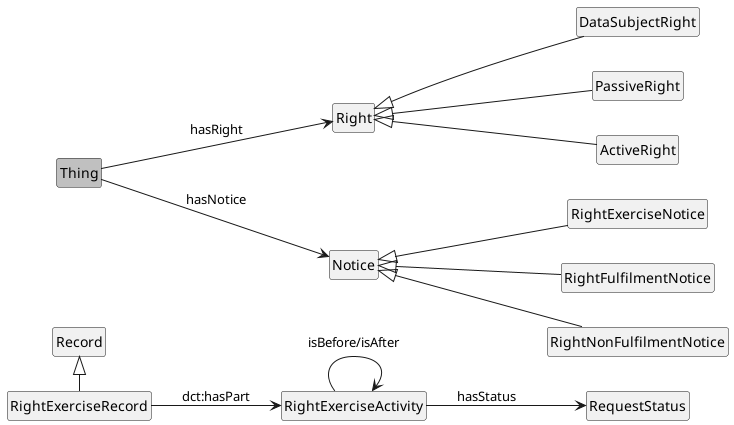
Before: media/rights.png, a diagram exported from PlantUML (jeswr/dpv).
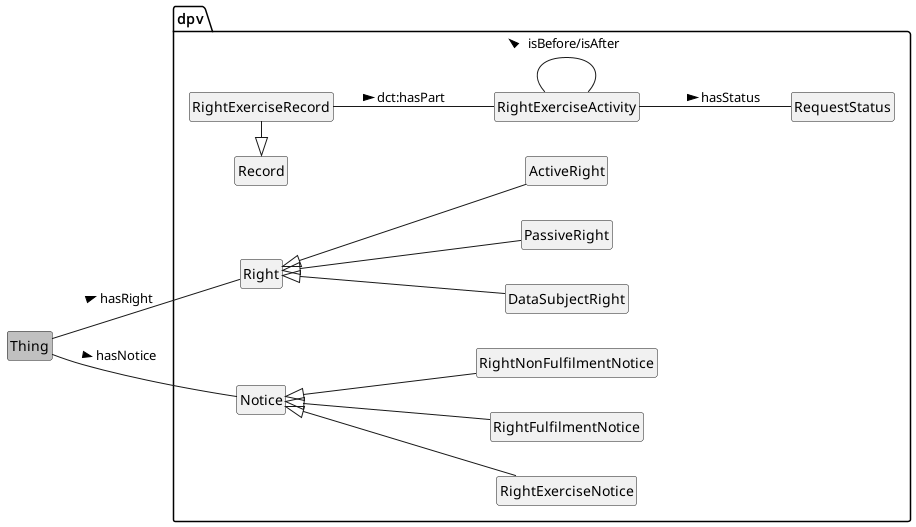
The same diagram one commit later.

What changed in the source:
```diff
@@ -3,21 +3,22 @@
 left to right direction
 
 class Thing #silver
-class Right
-class Notice
-class DataSubjectRight
-class PassiveRight
-class ActiveRight
-class Record
-class RightExerciseNotice
-class RightFulfilmentNotice
-class RightNonFulfilmentNotice
-class RightExerciseRecord
-class RightExerciseActivity
-class RequestStatus
-
-Thing --> Right : hasRight
-Thing --> Notice : hasNotice
+package dpv {
+	class Right
+	class Notice
+	class DataSubjectRight
+	class PassiveRight
+	class ActiveRight
+	class Record
+	class RightExerciseNotice
+	class RightFulfilmentNotice
+	class RightNonFulfilmentNotice
+	class RightExerciseRecord
+	class RightExerciseActivity
+	class RequestStatus
+}
+Thing -- Right : hasRight >
+Thing -- Notice : hasNotice >
 
 Right <|-d- DataSubjectRight
 Right <|-d- PassiveRight
@@ -28,8 +29,8 @@
 Notice <|-d- RightNonFulfilmentNotice
 
 Record <|- RightExerciseRecord
-RightExerciseRecord --> RightExerciseActivity : dct:hasPart
-RightExerciseActivity --> RightExerciseActivity : isBefore/isAfter
-RightExerciseActivity --> RequestStatus : hasStatus
+RightExerciseRecord -- RightExerciseActivity : dct:hasPart >
+RightExerciseActivity -- RightExerciseActivity : isBefore/isAfter >
+RightExerciseActivity -- RequestStatus : hasStatus >
 
 @enduml
```
